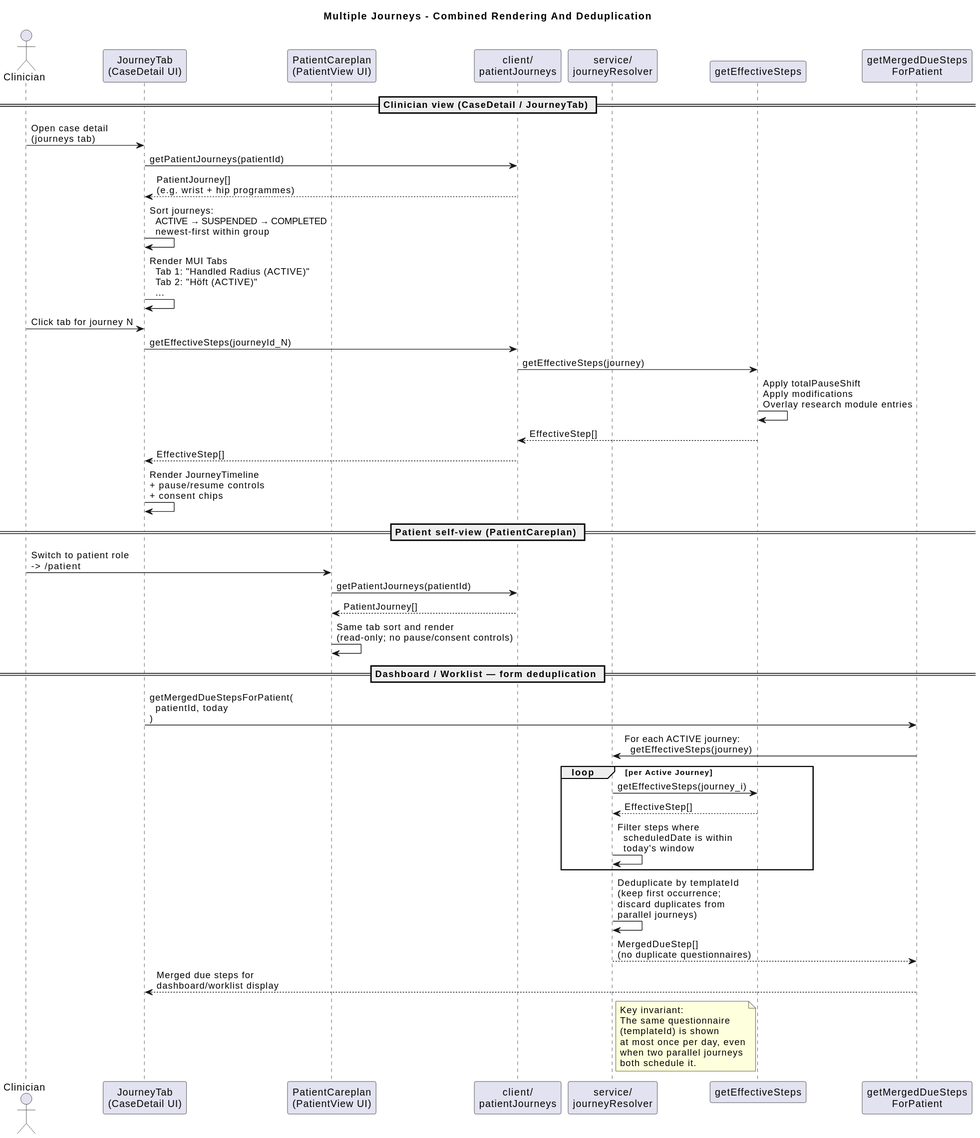
gforge/DUK keeps this PlantUML diagram as docs/diagrams/parallel-journey-rendering-sequence.svg. Above is the earlier version. The source it was exported from:
```plantuml
@startuml

title Multiple Journeys - Combined Rendering And Deduplication

actor Clinician
participant "JourneyTab\n(CaseDetail UI)" as JT
participant "PatientCareplan\n(PatientView UI)" as PC
participant "client/\npatientJourneys" as Client
participant "service/\njourneyResolver" as Resolver
participant "getEffectiveSteps" as GES
participant "getMergedDueSteps\nForPatient" as MDS

== Clinician view (CaseDetail / JourneyTab) ==

Clinician -> JT : Open case detail\n(journeys tab)
JT -> Client : getPatientJourneys(patientId)
Client --> JT : PatientJourney[]\n(e.g. wrist + hip programmes)
JT -> JT : Sort journeys:\n  ACTIVE → SUSPENDED → COMPLETED\n  newest-first within group
JT -> JT : Render MUI Tabs\n  Tab 1: "Handled Radius (ACTIVE)"\n  Tab 2: "Höft (ACTIVE)"\n  ...
Clinician -> JT : Click tab for journey N
JT -> Client : getEffectiveSteps(journeyId_N)
Client -> GES : getEffectiveSteps(journey)
GES -> GES : Apply totalPauseShift\nApply modifications\nOverlay research module entries
GES --> Client : EffectiveStep[]
Client --> JT : EffectiveStep[]
JT -> JT : Render JourneyTimeline\n+ pause/resume controls\n+ consent chips

== Patient self-view (PatientCareplan) ==

Clinician -> PC : Switch to patient role\n-> /patient
PC -> Client : getPatientJourneys(patientId)
Client --> PC : PatientJourney[]
PC -> PC : Same tab sort and render\n(read-only; no pause/consent controls)

== Dashboard / Worklist — form deduplication ==

JT -> MDS : getMergedDueStepsForPatient(\n  patientId, today\n)
MDS -> Resolver : For each ACTIVE journey:\n  getEffectiveSteps(journey)

loop per Active Journey
  Resolver -> GES : getEffectiveSteps(journey_i)
  GES --> Resolver : EffectiveStep[]
  Resolver -> Resolver : Filter steps where\n  scheduledDate is within\n  today's window
end

Resolver -> Resolver : Deduplicate by templateId\n(keep first occurrence;\ndiscard duplicates from\nparallel journeys)
Resolver --> MDS : MergedDueStep[]\n(no duplicate questionnaires)
MDS --> JT : Merged due steps for\ndashboard/worklist display

note right of Resolver
  Key invariant:
  The same questionnaire
  (templateId) is shown
  at most once per day, even
  when two parallel journeys
  both schedule it.
end note
@enduml
```
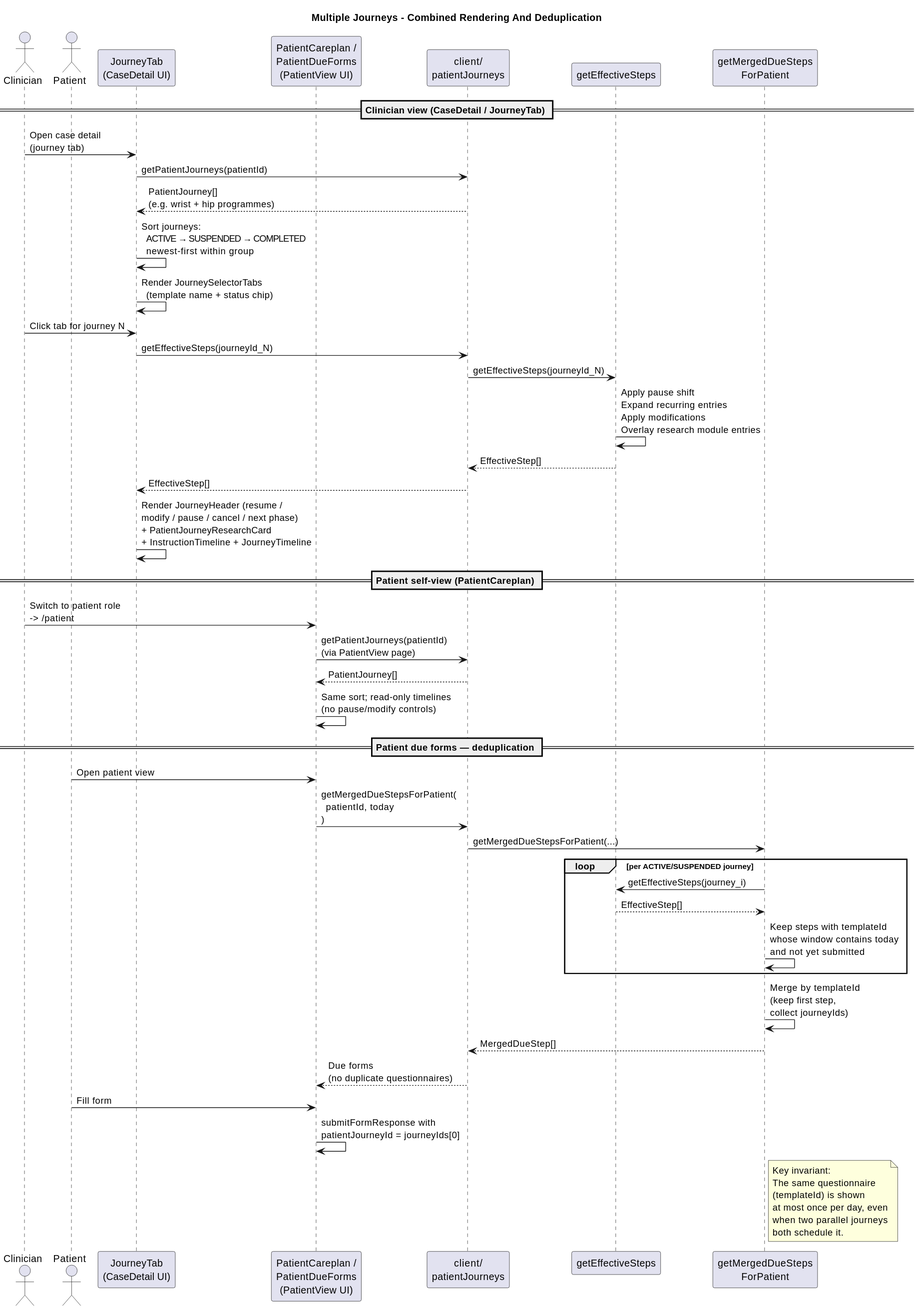
After the change.

The edit, as a diff of the source:
```diff
@@ -3,51 +3,54 @@
 title Multiple Journeys - Combined Rendering And Deduplication
 
 actor Clinician
+actor Patient
 participant "JourneyTab\n(CaseDetail UI)" as JT
-participant "PatientCareplan\n(PatientView UI)" as PC
+participant "PatientCareplan /\nPatientDueForms\n(PatientView UI)" as PC
 participant "client/\npatientJourneys" as Client
-participant "service/\njourneyResolver" as Resolver
 participant "getEffectiveSteps" as GES
 participant "getMergedDueSteps\nForPatient" as MDS
 
 == Clinician view (CaseDetail / JourneyTab) ==
 
-Clinician -> JT : Open case detail\n(journeys tab)
+Clinician -> JT : Open case detail\n(journey tab)
 JT -> Client : getPatientJourneys(patientId)
 Client --> JT : PatientJourney[]\n(e.g. wrist + hip programmes)
 JT -> JT : Sort journeys:\n  ACTIVE → SUSPENDED → COMPLETED\n  newest-first within group
-JT -> JT : Render MUI Tabs\n  Tab 1: "Handled Radius (ACTIVE)"\n  Tab 2: "Höft (ACTIVE)"\n  ...
+JT -> JT : Render JourneySelectorTabs\n  (template name + status chip)
 Clinician -> JT : Click tab for journey N
 JT -> Client : getEffectiveSteps(journeyId_N)
-Client -> GES : getEffectiveSteps(journey)
-GES -> GES : Apply totalPauseShift\nApply modifications\nOverlay research module entries
+Client -> GES : getEffectiveSteps(journeyId_N)
+GES -> GES : Apply pause shift\nExpand recurring entries\nApply modifications\nOverlay research module entries
 GES --> Client : EffectiveStep[]
 Client --> JT : EffectiveStep[]
-JT -> JT : Render JourneyTimeline\n+ pause/resume controls\n+ consent chips
+JT -> JT : Render JourneyHeader (resume /\nmodify / pause / cancel / next phase)\n+ PatientJourneyResearchCard\n+ InstructionTimeline + JourneyTimeline
 
 == Patient self-view (PatientCareplan) ==
 
 Clinician -> PC : Switch to patient role\n-> /patient
-PC -> Client : getPatientJourneys(patientId)
+PC -> Client : getPatientJourneys(patientId)\n(via PatientView page)
 Client --> PC : PatientJourney[]
-PC -> PC : Same tab sort and render\n(read-only; no pause/consent controls)
+PC -> PC : Same sort; read-only timelines\n(no pause/modify controls)
 
-== Dashboard / Worklist — form deduplication ==
+== Patient due forms — deduplication ==
 
-JT -> MDS : getMergedDueStepsForPatient(\n  patientId, today\n)
-MDS -> Resolver : For each ACTIVE journey:\n  getEffectiveSteps(journey)
+Patient -> PC : Open patient view
+PC -> Client : getMergedDueStepsForPatient(\n  patientId, today\n)
+Client -> MDS : getMergedDueStepsForPatient(...)
 
-loop per Active Journey
-  Resolver -> GES : getEffectiveSteps(journey_i)
-  GES --> Resolver : EffectiveStep[]
-  Resolver -> Resolver : Filter steps where\n  scheduledDate is within\n  today's window
+loop per ACTIVE/SUSPENDED journey
+  MDS -> GES : getEffectiveSteps(journey_i)
+  GES --> MDS : EffectiveStep[]
+  MDS -> MDS : Keep steps with templateId\nwhose window contains today\nand not yet submitted
 end
 
-Resolver -> Resolver : Deduplicate by templateId\n(keep first occurrence;\ndiscard duplicates from\nparallel journeys)
-Resolver --> MDS : MergedDueStep[]\n(no duplicate questionnaires)
-MDS --> JT : Merged due steps for\ndashboard/worklist display
+MDS -> MDS : Merge by templateId\n(keep first step,\ncollect journeyIds)
+MDS --> Client : MergedDueStep[]
+Client --> PC : Due forms\n(no duplicate questionnaires)
+Patient -> PC : Fill form
+PC -> PC : submitFormResponse with\npatientJourneyId = journeyIds[0]
 
-note right of Resolver
+note right of MDS
   Key invariant:
   The same questionnaire
   (templateId) is shown
```
